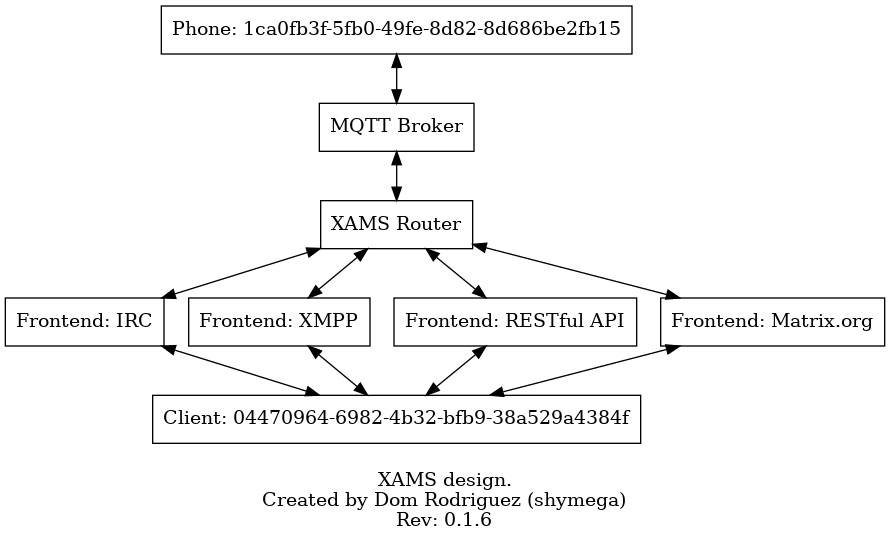
This is doc/diagrams/router.png from XAMS-Project/XAMS, a Graphviz export, as it was before one commit. Its source is kept beside it as doc/diagrams/router.dot.
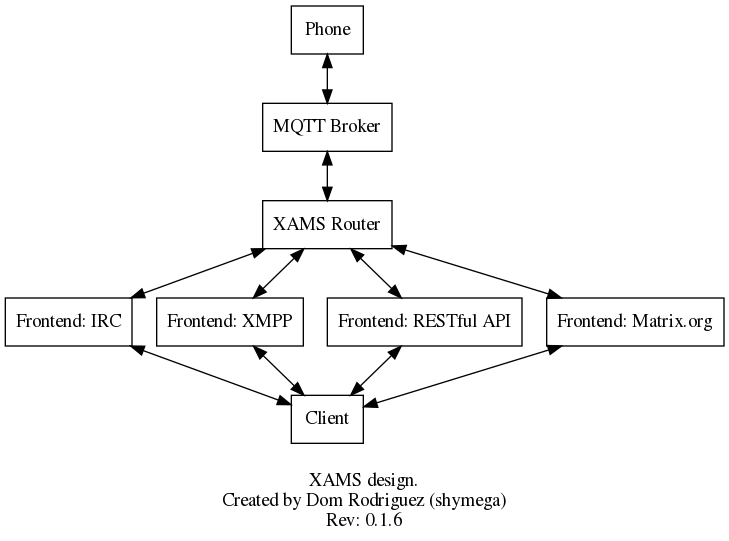
The same diagram one commit later.

Diff of the diagram source:
```diff
@@ -1,7 +1,7 @@
 digraph Router {
     node [shape=record];
 
-    phone0 [label="Phone: 1ca0fb3f-5fb0-49fe-8d82-8d686be2fb15"];
+    phone0 [label="Phone"];
 
     broker [label="MQTT Broker"];
     router [label="XAMS Router"];
@@ -15,7 +15,7 @@
 
     router -> {frt_irc,frt_xmpp,frt_rest,frt_matrix} [dir="both"];
 
-    client0 [label="Client: 04470964-6982-4b32-bfb9-38a529a4384f"];
+    client0 [label="Client"];
 
     {frt_irc,frt_xmpp,frt_rest,frt_matrix} -> client0 [dir="both"];
 
```
